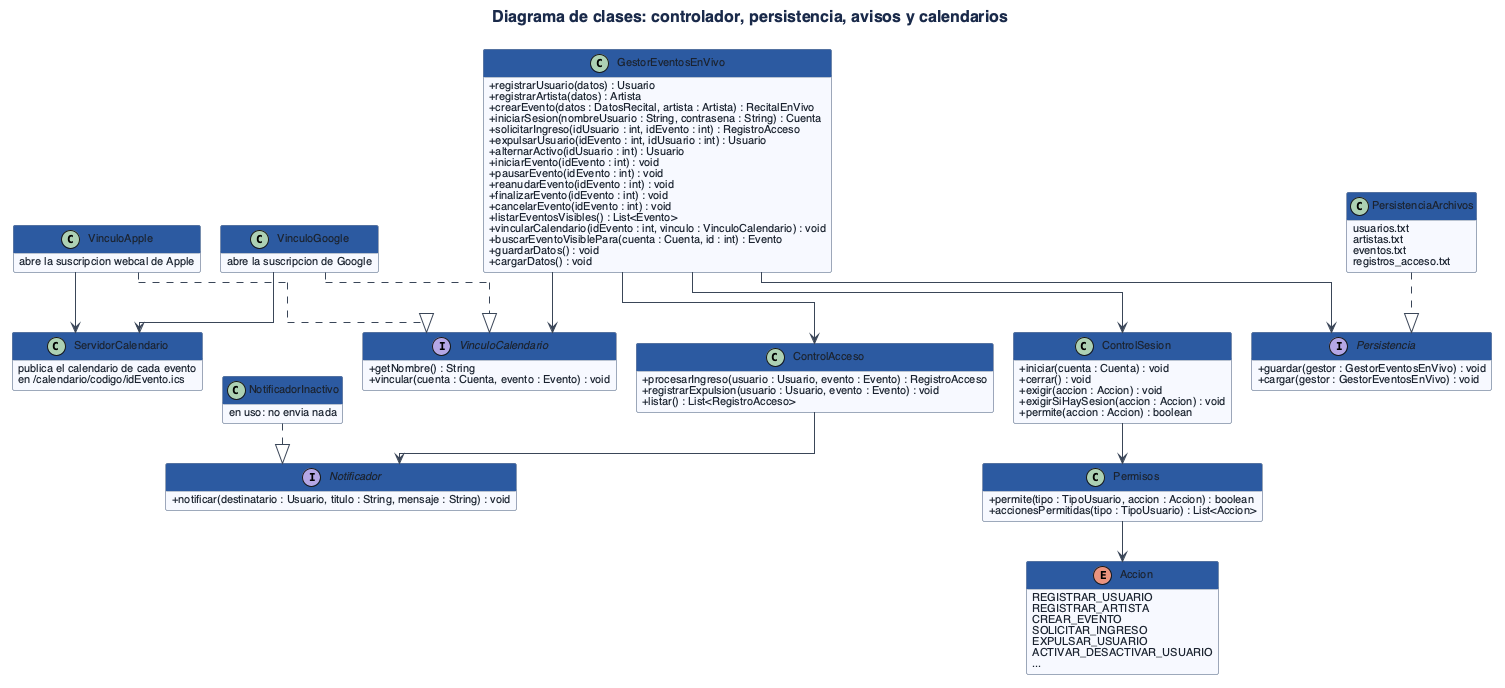
The PlantUML diagram TP/Grupo9_POO_Diagramas_Pdf/imagenes/clases-controlador.png in lferraro1103/Proceso-de-desarrollo-de-sosftware, before a commit.
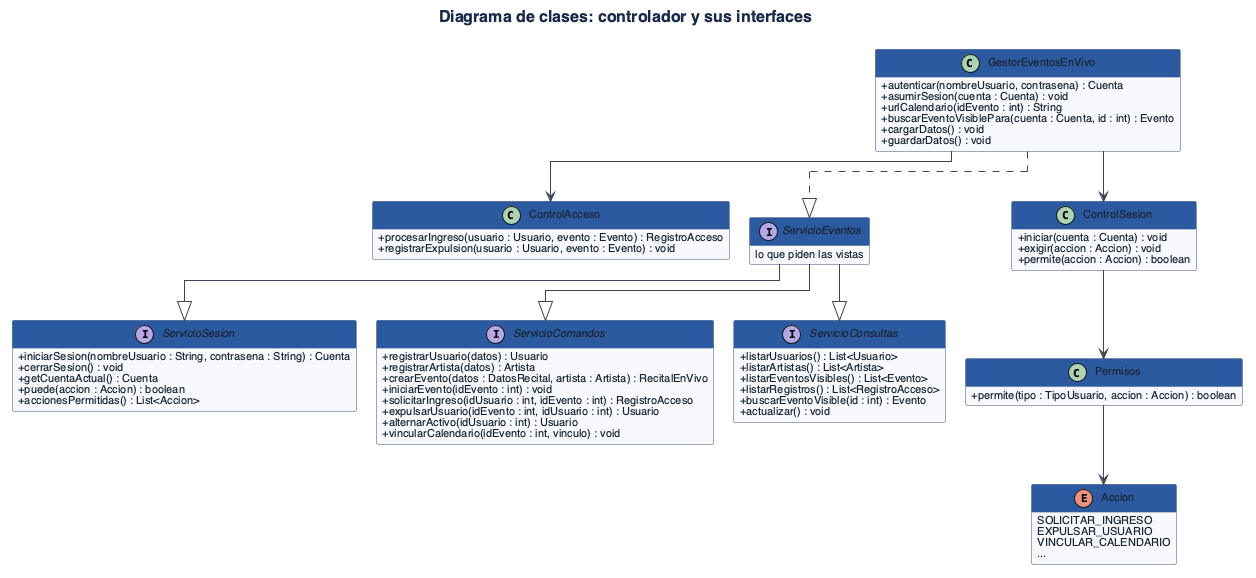
Above is the later version.

Diff of the diagram source:
```diff
@@ -1,105 +1,77 @@
 @startuml
 !include estilo.iuml
-title Diagrama de clases: controlador, persistencia, avisos y calendarios
+title Diagrama de clases: controlador y sus interfaces
 
-class GestorEventosEnVivo {
+interface ServicioEventos {
+  lo que piden las vistas
+}
+
+interface ServicioSesion {
+  +iniciarSesion(nombreUsuario : String, contrasena : String) : Cuenta
+  +cerrarSesion() : void
+  +getCuentaActual() : Cuenta
+  +puede(accion : Accion) : boolean
+  +accionesPermitidas() : List<Accion>
+}
+
+interface ServicioConsultas {
+  +listarUsuarios() : List<Usuario>
+  +listarArtistas() : List<Artista>
+  +listarEventosVisibles() : List<Evento>
+  +listarRegistros() : List<RegistroAcceso>
+  +buscarEventoVisible(id : int) : Evento
+  +actualizar() : void
+}
+
+interface ServicioComandos {
   +registrarUsuario(datos) : Usuario
   +registrarArtista(datos) : Artista
   +crearEvento(datos : DatosRecital, artista : Artista) : RecitalEnVivo
-  +iniciarSesion(nombreUsuario : String, contrasena : String) : Cuenta
+  +iniciarEvento(idEvento : int) : void
   +solicitarIngreso(idUsuario : int, idEvento : int) : RegistroAcceso
   +expulsarUsuario(idEvento : int, idUsuario : int) : Usuario
   +alternarActivo(idUsuario : int) : Usuario
-  +iniciarEvento(idEvento : int) : void
-  +pausarEvento(idEvento : int) : void
-  +reanudarEvento(idEvento : int) : void
-  +finalizarEvento(idEvento : int) : void
-  +cancelarEvento(idEvento : int) : void
-  +listarEventosVisibles() : List<Evento>
-  +vincularCalendario(idEvento : int, vinculo : VinculoCalendario) : void
+  +vincularCalendario(idEvento : int, vinculo) : void
+}
+
+class GestorEventosEnVivo {
+  +autenticar(nombreUsuario, contrasena) : Cuenta
+  +asumirSesion(cuenta : Cuenta) : void
+  +urlCalendario(idEvento : int) : String
   +buscarEventoVisiblePara(cuenta : Cuenta, id : int) : Evento
+  +cargarDatos() : void
   +guardarDatos() : void
-  +cargarDatos() : void
 }
 
 class ControlAcceso {
   +procesarIngreso(usuario : Usuario, evento : Evento) : RegistroAcceso
   +registrarExpulsion(usuario : Usuario, evento : Evento) : void
-  +listar() : List<RegistroAcceso>
 }
 
 class ControlSesion {
   +iniciar(cuenta : Cuenta) : void
-  +cerrar() : void
   +exigir(accion : Accion) : void
-  +exigirSiHaySesion(accion : Accion) : void
   +permite(accion : Accion) : boolean
 }
 
 class Permisos {
   +permite(tipo : TipoUsuario, accion : Accion) : boolean
-  +accionesPermitidas(tipo : TipoUsuario) : List<Accion>
 }
 
 enum Accion {
-  REGISTRAR_USUARIO
-  REGISTRAR_ARTISTA
-  CREAR_EVENTO
   SOLICITAR_INGRESO
   EXPULSAR_USUARIO
-  ACTIVAR_DESACTIVAR_USUARIO
+  VINCULAR_CALENDARIO
   ...
 }
 
-interface Persistencia {
-  +guardar(gestor : GestorEventosEnVivo) : void
-  +cargar(gestor : GestorEventosEnVivo) : void
-}
 
-interface Notificador {
-  +notificar(destinatario : Usuario, titulo : String, mensaje : String) : void
-}
-
-interface VinculoCalendario {
-  +getNombre() : String
-  +vincular(cuenta : Cuenta, evento : Evento) : void
-}
-
-class PersistenciaArchivos {
-  usuarios.txt
-  artistas.txt
-  eventos.txt
-  registros_acceso.txt
-}
-
-class NotificadorInactivo {
-  en uso: no envia nada
-}
-
-class VinculoGoogle {
-  abre la suscripcion de Google
-}
-
-class VinculoApple {
-  abre la suscripcion webcal de Apple
-}
-
-class ServidorCalendario {
-  publica el calendario de cada evento
-  en /calendario/codigo/idEvento.ics
-}
-
+ServicioEventos --|> ServicioSesion
+ServicioEventos --|> ServicioConsultas
+ServicioEventos --|> ServicioComandos
+GestorEventosEnVivo ..|> ServicioEventos
 GestorEventosEnVivo --> ControlAcceso
 GestorEventosEnVivo --> ControlSesion
-GestorEventosEnVivo --> Persistencia
-GestorEventosEnVivo --> VinculoCalendario
-VinculoGoogle --> ServidorCalendario
-VinculoApple --> ServidorCalendario
-ControlAcceso --> Notificador
 ControlSesion --> Permisos
 Permisos --> Accion
-PersistenciaArchivos ..|> Persistencia
-NotificadorInactivo ..|> Notificador
-VinculoGoogle ..|> VinculoCalendario
-VinculoApple ..|> VinculoCalendario
 @enduml
```
